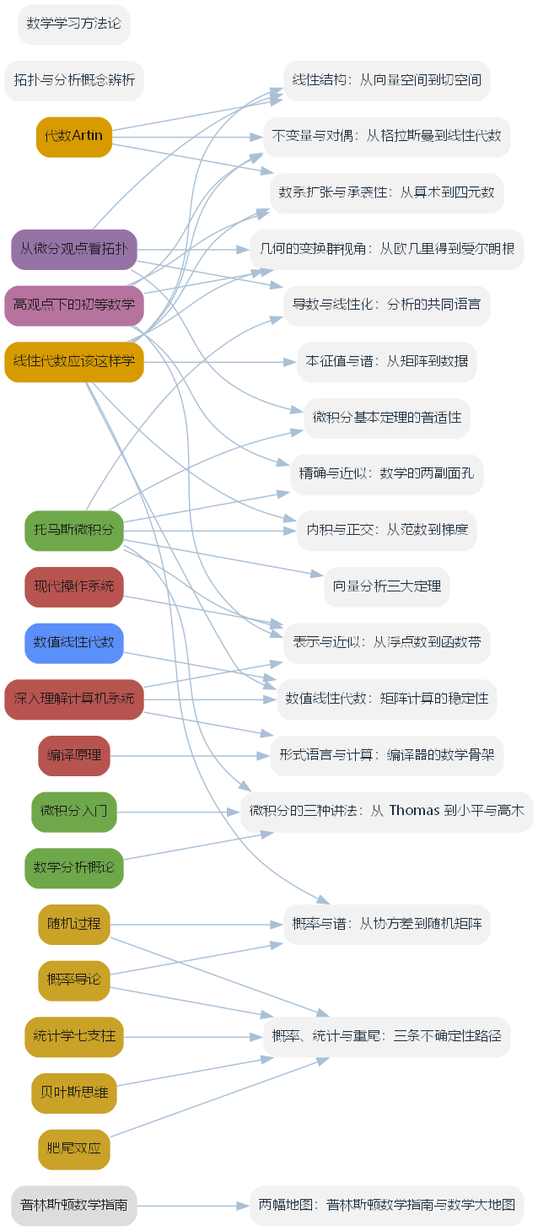
Above: book/figures/fig-bridges.png in lyp0746/lyp-notes (Graphviz), before the change. Its source is kept beside it as book/figures/fig-bridges.dot.
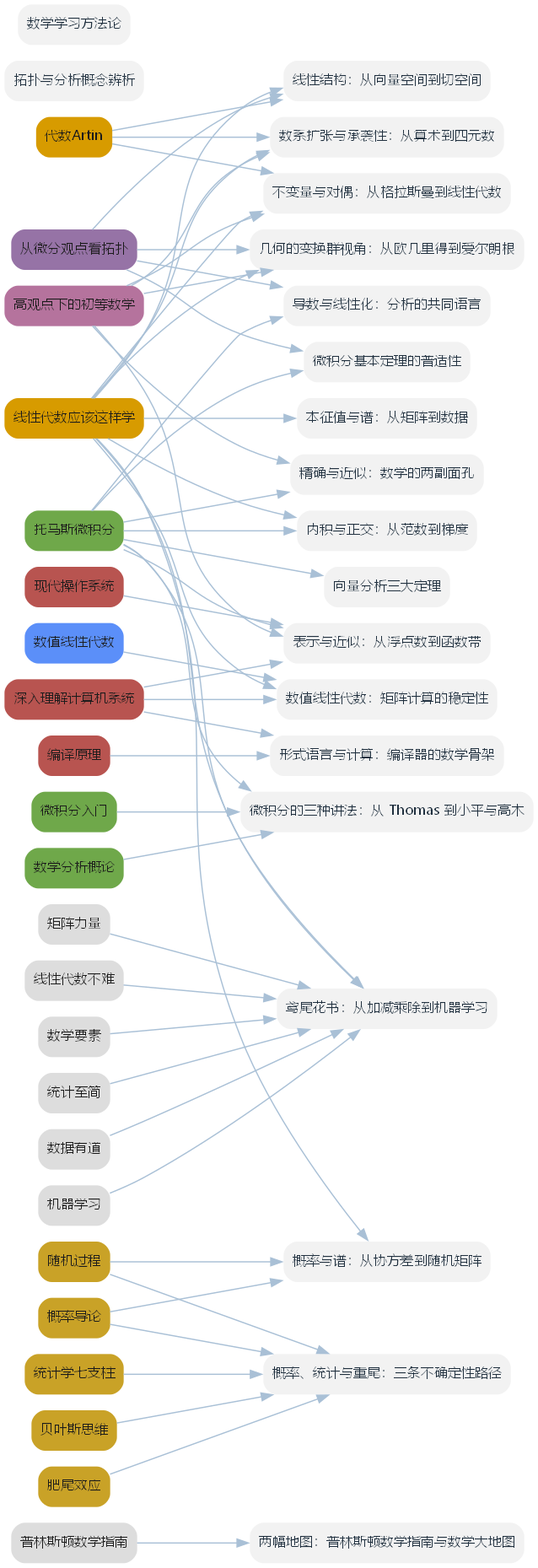
After the commit.

What changed in the source:
```diff
@@ -19,6 +19,12 @@
   B_MOS [label="现代操作系统", fillcolor="#B85450", fontcolor="#1B1B1B"];
   B_CP [label="编译原理", fillcolor="#B85450", fontcolor="#1B1B1B"];
   B_NLA [label="数值线性代数", fillcolor="#5B8FF9", fontcolor="#1B1B1B"];
+  B_MX [label="矩阵力量", fillcolor="#DDD", fontcolor="#1B1B1B"];
+  B_LNA [label="线性代数不难", fillcolor="#DDD", fontcolor="#1B1B1B"];
+  B_SJ [label="数学要素", fillcolor="#DDD", fontcolor="#1B1B1B"];
+  B_TZ [label="统计至简", fillcolor="#DDD", fontcolor="#1B1B1B"];
+  B_DY [label="数据有道", fillcolor="#DDD", fontcolor="#1B1B1B"];
+  B_MLI [label="机器学习", fillcolor="#DDD", fontcolor="#1B1B1B"];
   T_0 [label="导数与线性化：分析的共同语言", fillcolor="#F2F2F2", fontcolor="#20303F"];
   T_1 [label="线性结构：从向量空间到切空间", fillcolor="#F2F2F2", fontcolor="#20303F"];
   T_2 [label="内积与正交：从范数到梯度", fillcolor="#F2F2F2", fontcolor="#20303F"];
@@ -38,6 +44,7 @@
   T_16 [label="数值线性代数：矩阵计算的稳定性", fillcolor="#F2F2F2", fontcolor="#20303F"];
   T_17 [label="微积分的三种讲法：从 Thomas 到小平与高木", fillcolor="#F2F2F2", fontcolor="#20303F"];
   T_18 [label="两幅地图：普林斯顿数学指南与数学大地图", fillcolor="#F2F2F2", fontcolor="#20303F"];
+  T_19 [label="鸢尾花书：从加减乘除到机器学习", fillcolor="#F2F2F2", fontcolor="#20303F"];
   B_CA -> T_0;
   B_DT -> T_0;
   B_LA -> T_1;
@@ -81,4 +88,12 @@
   B_CM -> T_17;
   B_MA -> T_17;
   B_PCM -> T_18;
+  B_MX -> T_19;
+  B_LNA -> T_19;
+  B_SJ -> T_19;
+  B_TZ -> T_19;
+  B_DY -> T_19;
+  B_MLI -> T_19;
+  B_LA -> T_19;
+  B_CA -> T_19;
 }
```
